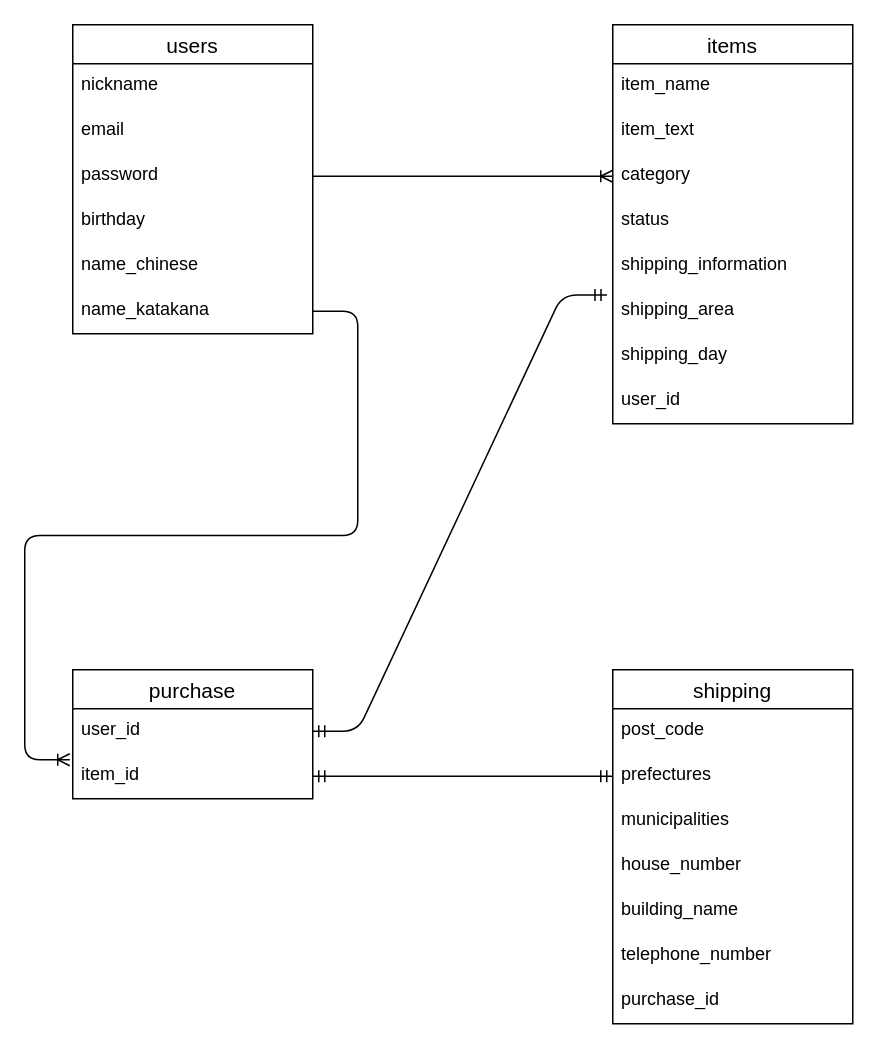
Earlier version of the draw.io diagram furimaER.dio (mirarukun/furima-37406). Source tidied: cells renumbered, new cells numbered last; positions are measured from the earlier drawing's top-left corner, leaving out a move shared by most shapes. Both pictures are drawn from the tidied source at 150%, with x=0, y=0 at pixel (69, 24).
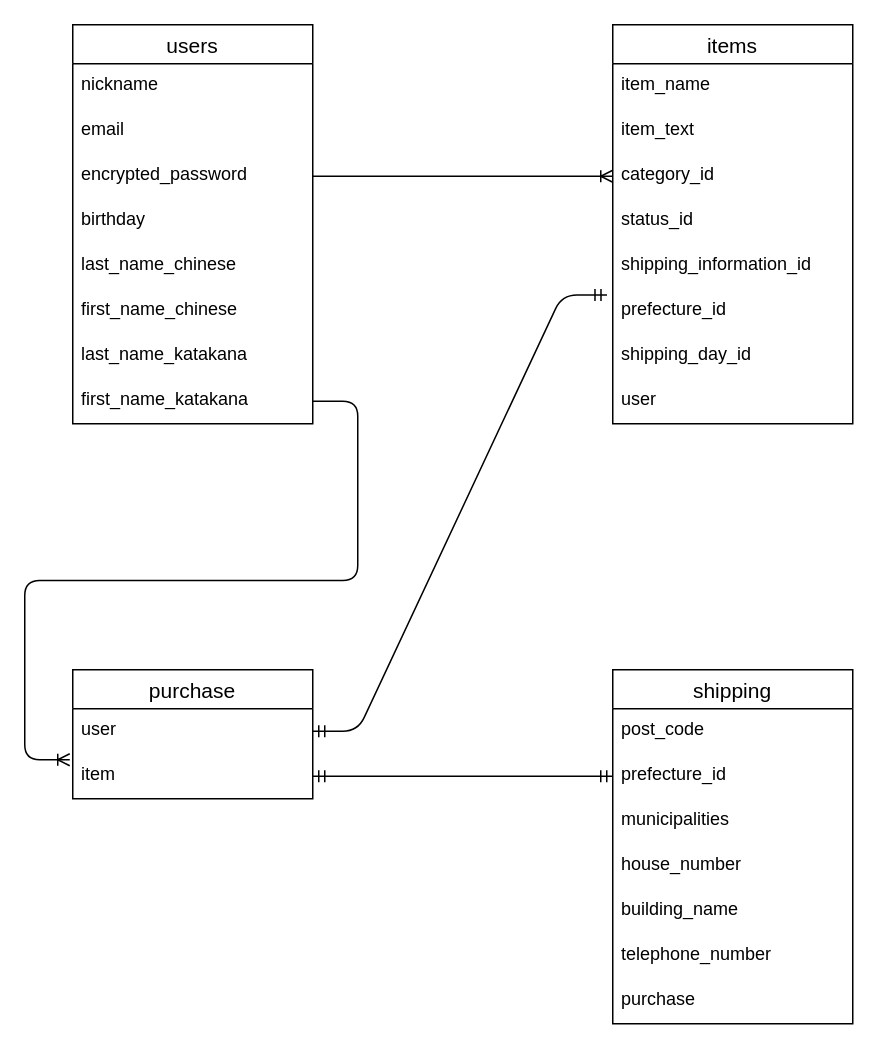
The same page after the edit.

The change refers to these unchanged cells:
```xml
<mxCell id="9" value="items" style="swimlane;fontStyle=0;horizontal=1;startSize=26;align=center;fontSize=14;" parent="1" vertex="1">
  <mxGeometry x="362" width="160" height="266" as="geometry" />
</mxCell>
<mxCell id="18" value="purchase" style="swimlane;fontStyle=0;horizontal=1;startSize=26;align=center;fontSize=14;" parent="1" vertex="1">
  <mxGeometry x="2" y="430" width="160" height="86" as="geometry" />
</mxCell>
<mxCell id="21" value="shipping" style="swimlane;fontStyle=0;horizontal=1;startSize=26;align=center;fontSize=14;" parent="1" vertex="1">
  <mxGeometry x="362" y="430" width="160" height="236" as="geometry" />
</mxCell>
```

Change to the diagram source:
```diff
@@
     <mxCell id="2" value="users" style="swimlane;fontStyle=0;horizontal=1;startSize=26;align=center;fontSize=14;" parent="1" vertex="1">
-      <mxGeometry x="2" width="160" height="206" as="geometry" />
+      <mxGeometry x="2" width="160" height="266" as="geometry" />
     </mxCell>
@@
-    <mxCell id="5" value="password" style="text;strokeColor=none;fillColor=none;spacingLeft=4;spacingRight=4;overflow=hidden;points=[[0,0.5],[1,0.5]];portConstraint=eastwest;fontSize=12;" parent="2" vertex="1">
+    <mxCell id="5" value="encrypted_password" style="text;strokeColor=none;fillColor=none;spacingLeft=4;spacingRight=4;overflow=hidden;points=[[0,0.5],[1,0.5]];portConstraint=eastwest;fontSize=12;" parent="2" vertex="1">
       <mxGeometry y="86" width="160" height="30" as="geometry" />
     </mxCell>
@@
-    <mxCell id="7" value="name_chinese" style="text;strokeColor=none;fillColor=none;spacingLeft=4;spacingRight=4;overflow=hidden;fontSize=12;" parent="2" vertex="1">
+    <mxCell id="7" value="last_name_chinese" style="text;strokeColor=none;fillColor=none;spacingLeft=4;spacingRight=4;overflow=hidden;fontSize=12;" parent="2" vertex="1">
       <mxGeometry y="146" width="160" height="30" as="geometry" />
     </mxCell>
+    <mxCell id="33" value="first_name_chinese" style="text;strokeColor=none;fillColor=none;spacingLeft=4;spacingRight=4;overflow=hidden;fontSize=12;" parent="2" vertex="1">
+      <mxGeometry y="176" width="160" height="30" as="geometry" />
+    </mxCell>
+    <mxCell id="34" value="last_name_katakana" style="text;strokeColor=none;fillColor=none;spacingLeft=4;spacingRight=4;overflow=hidden;fontSize=12;" parent="2" vertex="1">
+      <mxGeometry y="206" width="160" height="30" as="geometry" />
+    </mxCell>
-    <mxCell id="8" value="name_katakana" style="text;strokeColor=none;fillColor=none;spacingLeft=4;spacingRight=4;overflow=hidden;points=[[0,0.5],[1,0.5]];portConstraint=eastwest;fontSize=12;" parent="2" vertex="1">
-      <mxGeometry y="176" width="160" height="30" as="geometry" />
+    <mxCell id="8" value="first_name_katakana" style="text;strokeColor=none;fillColor=none;spacingLeft=4;spacingRight=4;overflow=hidden;points=[[0,0.5],[1,0.5]];portConstraint=eastwest;fontSize=12;" parent="2" vertex="1">
+      <mxGeometry y="236" width="160" height="30" as="geometry" />
     </mxCell>
@@
-    <mxCell id="12" value="category" style="text;strokeColor=none;fillColor=none;spacingLeft=4;spacingRight=4;overflow=hidden;points=[[0,0.5],[1,0.5]];portConstraint=eastwest;fontSize=12;" parent="9" vertex="1">
+    <mxCell id="12" value="category_id" style="text;strokeColor=none;fillColor=none;spacingLeft=4;spacingRight=4;overflow=hidden;points=[[0,0.5],[1,0.5]];portConstraint=eastwest;fontSize=12;" parent="9" vertex="1">
       <mxGeometry y="86" width="160" height="30" as="geometry" />
     </mxCell>
-    <mxCell id="13" value="status" style="text;strokeColor=none;fillColor=none;spacingLeft=4;spacingRight=4;overflow=hidden;fontSize=12;" parent="9" vertex="1">
+    <mxCell id="13" value="status_id" style="text;strokeColor=none;fillColor=none;spacingLeft=4;spacingRight=4;overflow=hidden;fontSize=12;" parent="9" vertex="1">
       <mxGeometry y="116" width="160" height="30" as="geometry" />
     </mxCell>
-    <mxCell id="14" value="shipping_information" style="text;strokeColor=none;fillColor=none;spacingLeft=4;spacingRight=4;overflow=hidden;fontSize=12;" parent="9" vertex="1">
+    <mxCell id="14" value="shipping_information_id" style="text;strokeColor=none;fillColor=none;spacingLeft=4;spacingRight=4;overflow=hidden;fontSize=12;" parent="9" vertex="1">
       <mxGeometry y="146" width="160" height="30" as="geometry" />
     </mxCell>
-    <mxCell id="15" value="shipping_area" style="text;strokeColor=none;fillColor=none;spacingLeft=4;spacingRight=4;overflow=hidden;points=[[0,0.5],[1,0.5]];portConstraint=eastwest;fontSize=12;" parent="9" vertex="1">
+    <mxCell id="15" value="prefecture_id" style="text;strokeColor=none;fillColor=none;spacingLeft=4;spacingRight=4;overflow=hidden;points=[[0,0.5],[1,0.5]];portConstraint=eastwest;fontSize=12;" parent="9" vertex="1">
       <mxGeometry y="176" width="160" height="30" as="geometry" />
     </mxCell>
-    <mxCell id="16" value="shipping_day" style="text;strokeColor=none;fillColor=none;spacingLeft=4;spacingRight=4;overflow=hidden;fontSize=12;" parent="9" vertex="1">
+    <mxCell id="16" value="shipping_day_id" style="text;strokeColor=none;fillColor=none;spacingLeft=4;spacingRight=4;overflow=hidden;fontSize=12;" parent="9" vertex="1">
       <mxGeometry y="206" width="160" height="30" as="geometry" />
     </mxCell>
-    <mxCell id="17" value="user_id" style="text;strokeColor=none;fillColor=none;spacingLeft=4;spacingRight=4;overflow=hidden;fontSize=12;" parent="9" vertex="1">
+    <mxCell id="17" value="user" style="text;strokeColor=none;fillColor=none;spacingLeft=4;spacingRight=4;overflow=hidden;fontSize=12;" parent="9" vertex="1">
       <mxGeometry y="236" width="160" height="30" as="geometry" />
     </mxCell>
@@
-    <mxCell id="19" value="user_id" style="text;strokeColor=none;fillColor=none;spacingLeft=4;spacingRight=4;overflow=hidden;points=[[0,0.5],[1,0.5]];portConstraint=eastwest;fontSize=12;" parent="18" vertex="1">
+    <mxCell id="19" value="user" style="text;strokeColor=none;fillColor=none;spacingLeft=4;spacingRight=4;overflow=hidden;points=[[0,0.5],[1,0.5]];portConstraint=eastwest;fontSize=12;" parent="18" vertex="1">
       <mxGeometry y="26" width="160" height="30" as="geometry" />
     </mxCell>
-    <mxCell id="20" value="item_id" style="text;strokeColor=none;fillColor=none;spacingLeft=4;spacingRight=4;overflow=hidden;points=[[0,0.5],[1,0.5]];portConstraint=eastwest;fontSize=12;" parent="18" vertex="1">
+    <mxCell id="20" value="item" style="text;strokeColor=none;fillColor=none;spacingLeft=4;spacingRight=4;overflow=hidden;points=[[0,0.5],[1,0.5]];portConstraint=eastwest;fontSize=12;" parent="18" vertex="1">
       <mxGeometry y="56" width="160" height="30" as="geometry" />
     </mxCell>
@@
-    <mxCell id="23" value="prefectures" style="text;strokeColor=none;fillColor=none;spacingLeft=4;spacingRight=4;overflow=hidden;points=[[0,0.5],[1,0.5]];portConstraint=eastwest;fontSize=12;" parent="21" vertex="1">
+    <mxCell id="23" value="prefecture_id" style="text;strokeColor=none;fillColor=none;spacingLeft=4;spacingRight=4;overflow=hidden;points=[[0,0.5],[1,0.5]];portConstraint=eastwest;fontSize=12;" parent="21" vertex="1">
       <mxGeometry y="56" width="160" height="30" as="geometry" />
     </mxCell>
@@
-    <mxCell id="28" value="purchase_id" style="text;strokeColor=none;fillColor=none;spacingLeft=4;spacingRight=4;overflow=hidden;fontSize=12;" parent="21" vertex="1">
+    <mxCell id="28" value="purchase" style="text;strokeColor=none;fillColor=none;spacingLeft=4;spacingRight=4;overflow=hidden;fontSize=12;" parent="21" vertex="1">
       <mxGeometry y="206" width="160" height="30" as="geometry" />
     </mxCell>
```
